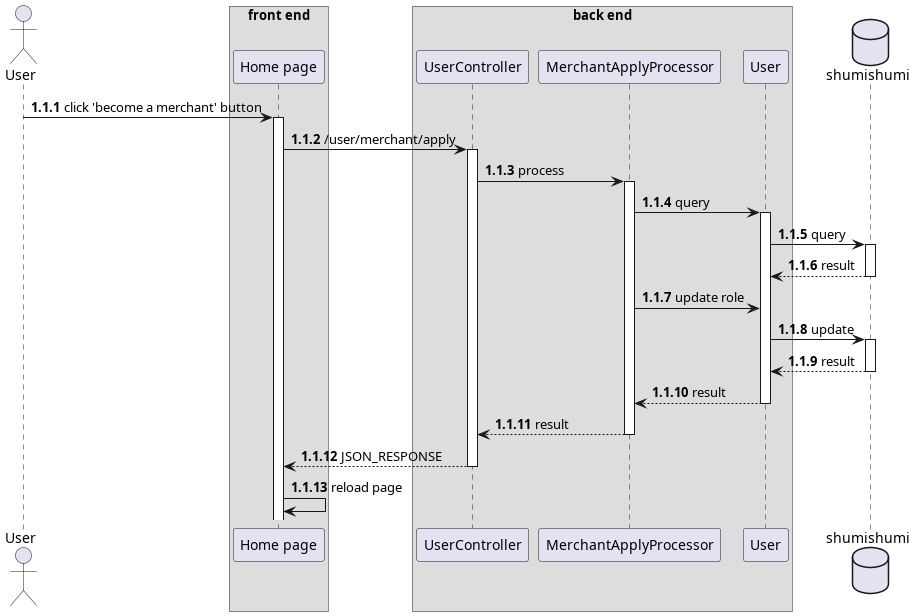
Before: thesis/latex/diagram/sequence diagram/8. become a merchant/become a merchant.png, a diagram exported from PlantUML (aldihsuhandi/skripsi-2023). Its diagram source:
```plantuml
@startuml become a merchant
autonumber 1.1.1

actor User as u

box "front end"
participant "Home page" as home
end box

box "back end"
participant "UserController" as uc
participant "MerchantApplyProcessor" as applyproc

participant "User" as um
end box

database shumishumi as db

u -> home++ : click 'become a merchant' button
home -> uc++ : /user/merchant/apply
uc -> applyproc++ : process
applyproc -> um++ : query
um -> db++ : query
return result

applyproc -> um : update role
um -> db++ : update
return result
return result

return result

return JSON_RESPONSE

home -> home : reload page

@enduml
```
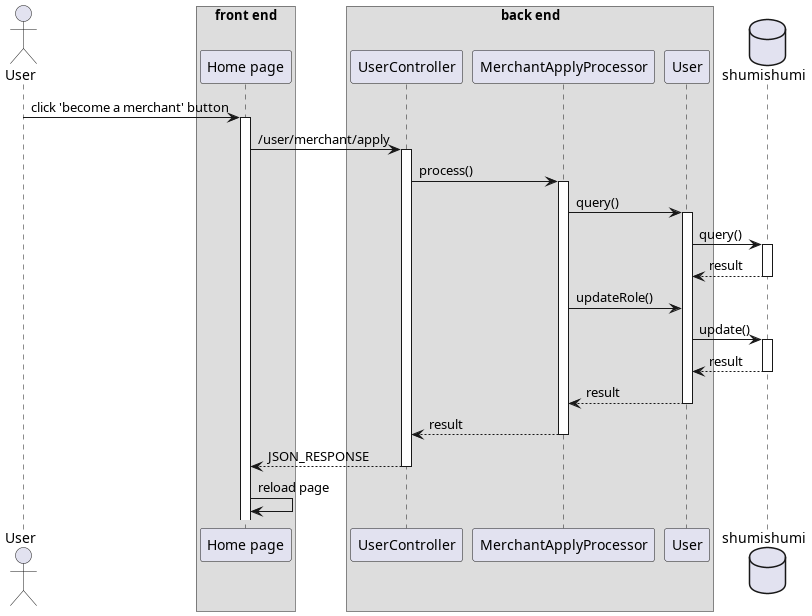
The same file after the commit.

Change to the diagram source:
```diff
@@ -1,5 +1,4 @@
 @startuml become a merchant
-autonumber 1.1.1
 
 actor User as u
 
@@ -18,13 +17,13 @@
 
 u -> home++ : click 'become a merchant' button
 home -> uc++ : /user/merchant/apply
-uc -> applyproc++ : process
-applyproc -> um++ : query
-um -> db++ : query
+uc -> applyproc++ : process()
+applyproc -> um++ : query()
+um -> db++ : query()
 return result
 
-applyproc -> um : update role
-um -> db++ : update
+applyproc -> um : updateRole()
+um -> db++ : update()
 return result
 return result
 
```
